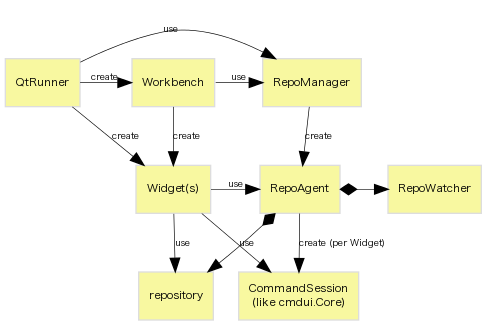
diferma0151/sample_repo keeps this Graphviz diagram as developers/fig/repository-classes.png. Above is the earlier version. Its source is kept beside it as developers/fig/repository-classes.dot.
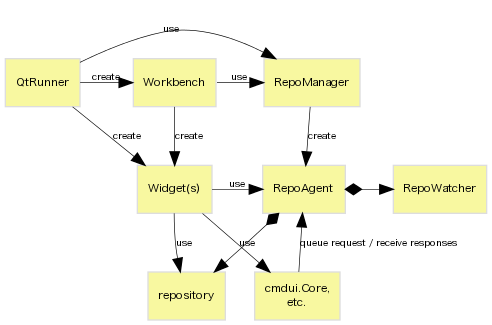
Later version of the same file.

Commit message:
change relation between command api and RepoAgent

What changed in the source:
```diff
@@ -8,7 +8,7 @@
     Widget [label="Widget(s)"];
     repository;
     RepoWatcher;
-    CommandSession [label="CommandSession\n(like cmdui.Core)"];
+    cmdui [label="cmdui.Core,\netc."];
 
     RepoManager -> RepoAgent [label=create];
 
@@ -20,9 +20,9 @@
     Workbench -> Widget [label=create];
     Widget -> RepoAgent [label=use];
     Widget -> repository [label=use];
-    Widget -> CommandSession [label=use];
+    Widget -> cmdui [label=use];
 
     RepoAgent -> repository [arrowtail=diamond, dir=both];
     RepoAgent -> RepoWatcher [arrowtail=diamond, dir=both];
-    RepoAgent -> CommandSession [label="create (per Widget)"];
+    cmdui -> RepoAgent [label="queue request / receive responses"];
 }
```
